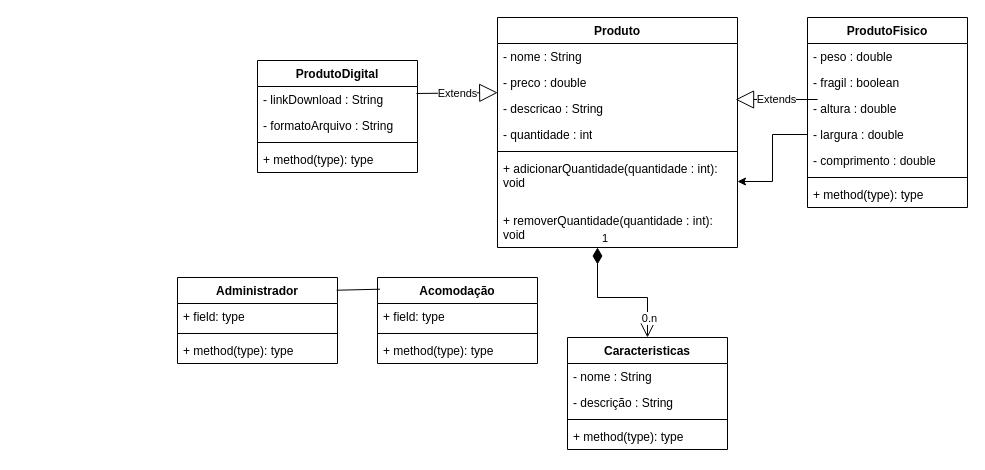
Above: Diagrama sem nome.drawio in TiagoMello1557/oop_diagrams (draw.io), before the change. Source tidied: cells renumbered, new cells numbered last; positions are measured from the earlier drawing's top-left corner, leaving out a move shared by most shapes. Both pictures are drawn from the tidied source at 100%, with x=0, y=0 at pixel (177, 17).
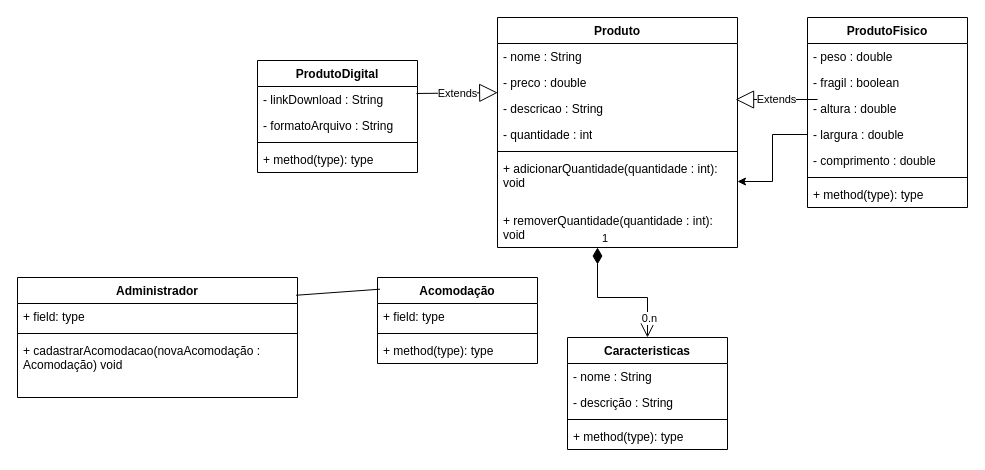
The same page after the edit.

What changed in the source:
```diff
@@
     <mxCell id="37" value="Administrador" style="swimlane;fontStyle=1;align=center;verticalAlign=top;horizontal=1;startSize=26;whiteSpace=wrap;html=1;" parent="1" vertex="1">
-      <mxGeometry y="260" width="160" height="86" as="geometry" />
+      <mxGeometry x="-160" y="260" width="280" height="120" as="geometry" />
     </mxCell>
     <mxCell id="38" value="+ field: type" style="text;strokeColor=none;fillColor=none;align=left;verticalAlign=top;spacingLeft=4;spacingRight=4;overflow=hidden;whiteSpace=wrap;html=1;" parent="37" vertex="1">
-      <mxGeometry y="26" width="160" height="26" as="geometry" />
+      <mxGeometry y="26" width="280" height="26" as="geometry" />
     </mxCell>
     <mxCell id="39" style="line;strokeWidth=1;fillColor=none;align=left;verticalAlign=middle;spacingTop=-1;spacingLeft=3;spacingRight=3;labelPosition=right;strokeColor=inherit;" parent="37" vertex="1">
-      <mxGeometry y="52" width="160" height="8" as="geometry" />
+      <mxGeometry y="52" width="280" height="8" as="geometry" />
     </mxCell>
-    <mxCell id="40" value="+ method(type): type" style="text;strokeColor=none;fillColor=none;align=left;verticalAlign=top;spacingLeft=4;spacingRight=4;overflow=hidden;whiteSpace=wrap;html=1;" parent="37" vertex="1">
-      <mxGeometry y="60" width="160" height="26" as="geometry" />
+    <mxCell id="40" value="+ cadastrarAcomodacao(novaAcomodação : Acomodação) void" style="text;strokeColor=none;fillColor=none;align=left;verticalAlign=top;spacingLeft=4;spacingRight=4;overflow=hidden;whiteSpace=wrap;html=1;" parent="37" vertex="1">
+      <mxGeometry y="60" width="280" height="60" as="geometry" />
     </mxCell>
```
